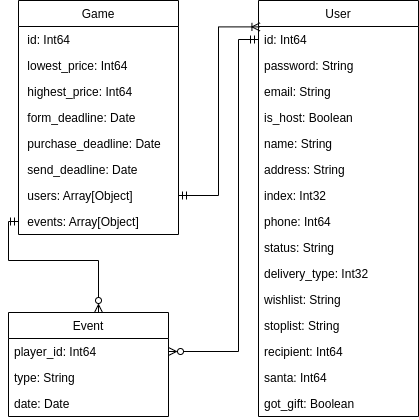
The draw.io diagram assets/nosql.png in moevm/nosql2h24-secret-santa, before a commit. Source tidied: cells renumbered, new cells last; positions are measured from the earlier drawing's top-left corner, leaving out a move shared by most shapes. Source of this version:
```xml
<mxGraphModel background="#FFFFFF">
  <root>
    <mxCell id="0" />
    <mxCell id="1" parent="0" />
    <mxCell id="2" value="Game" style="swimlane;fontStyle=0;horizontal=1;startSize=26;fillColor=none;" parent="1" vertex="1">
      <mxGeometry x="10" width="160" height="234" as="geometry" />
    </mxCell>
    <mxCell id="3" value=" id: Int64" style="text;strokeColor=none;fillColor=none;align=left;verticalAlign=top;spacingLeft=4;spacingRight=4;overflow=hidden;" parent="2" vertex="1">
      <mxGeometry y="26" width="160" height="26" as="geometry" />
    </mxCell>
    <mxCell id="4" value=" lowest_price: Int64" style="text;strokeColor=none;fillColor=none;align=left;verticalAlign=top;spacingLeft=4;spacingRight=4;overflow=hidden;" parent="2" vertex="1">
      <mxGeometry y="52" width="160" height="26" as="geometry" />
    </mxCell>
    <mxCell id="5" value=" highest_price: Int64" style="text;strokeColor=none;fillColor=none;align=left;verticalAlign=top;spacingLeft=4;spacingRight=4;overflow=hidden;" parent="2" vertex="1">
      <mxGeometry y="78" width="160" height="26" as="geometry" />
    </mxCell>
    <mxCell id="6" value=" form_deadline: Date" style="text;strokeColor=none;fillColor=none;align=left;verticalAlign=top;spacingLeft=4;spacingRight=4;overflow=hidden;" parent="2" vertex="1">
      <mxGeometry y="104" width="160" height="26" as="geometry" />
    </mxCell>
    <mxCell id="7" value=" purchase_deadline: Date" style="text;strokeColor=none;fillColor=none;align=left;verticalAlign=top;spacingLeft=4;spacingRight=4;overflow=hidden;" parent="2" vertex="1">
      <mxGeometry y="130" width="160" height="26" as="geometry" />
    </mxCell>
    <mxCell id="8" value=" send_deadline: Date" style="text;strokeColor=none;fillColor=none;align=left;verticalAlign=top;spacingLeft=4;spacingRight=4;overflow=hidden;" parent="2" vertex="1">
      <mxGeometry y="156" width="160" height="26" as="geometry" />
    </mxCell>
    <mxCell id="9" value=" users: Array[Object]" style="text;strokeColor=none;fillColor=none;align=left;verticalAlign=top;spacingLeft=4;spacingRight=4;overflow=hidden;points=[[0,0.5],[1,0.5]];portConstraint=eastwest;" parent="2" vertex="1">
      <mxGeometry y="182" width="160" height="26" as="geometry" />
    </mxCell>
    <mxCell id="10" value=" events: Array[Object]" style="text;strokeColor=none;fillColor=none;align=left;verticalAlign=top;spacingLeft=4;spacingRight=4;overflow=hidden;points=[[0,0.5],[1,0.5]];portConstraint=eastwest;" parent="2" vertex="1">
      <mxGeometry y="208" width="160" height="26" as="geometry" />
    </mxCell>
    <mxCell id="11" value="User" style="swimlane;fontStyle=0;horizontal=1;startSize=26;fillColor=none;" parent="1" vertex="1">
      <mxGeometry x="250" width="160" height="416" as="geometry" />
    </mxCell>
    <mxCell id="12" value="id: Int64" style="text;strokeColor=none;fillColor=none;align=left;verticalAlign=top;spacingLeft=4;spacingRight=4;overflow=hidden;points=[[0,0.5],[1,0.5]];portConstraint=eastwest;" parent="11" vertex="1">
      <mxGeometry y="26" width="160" height="26" as="geometry" />
    </mxCell>
    <mxCell id="13" value="password: String" style="text;strokeColor=none;fillColor=none;align=left;verticalAlign=top;spacingLeft=4;spacingRight=4;overflow=hidden;" parent="11" vertex="1">
      <mxGeometry y="52" width="160" height="26" as="geometry" />
    </mxCell>
    <mxCell id="14" value="email: String" style="text;strokeColor=none;fillColor=none;align=left;verticalAlign=top;spacingLeft=4;spacingRight=4;overflow=hidden;" parent="11" vertex="1">
      <mxGeometry y="78" width="160" height="26" as="geometry" />
    </mxCell>
    <mxCell id="15" value="is_host: Boolean" style="text;strokeColor=none;fillColor=none;align=left;verticalAlign=top;spacingLeft=4;spacingRight=4;overflow=hidden;" parent="11" vertex="1">
      <mxGeometry y="104" width="160" height="26" as="geometry" />
    </mxCell>
    <mxCell id="16" value="name: String" style="text;strokeColor=none;fillColor=none;align=left;verticalAlign=top;spacingLeft=4;spacingRight=4;overflow=hidden;" parent="11" vertex="1">
      <mxGeometry y="130" width="160" height="26" as="geometry" />
    </mxCell>
    <mxCell id="17" value="address: String" style="text;strokeColor=none;fillColor=none;align=left;verticalAlign=top;spacingLeft=4;spacingRight=4;overflow=hidden;" parent="11" vertex="1">
      <mxGeometry y="156" width="160" height="26" as="geometry" />
    </mxCell>
    <mxCell id="18" value="index: Int32" style="text;strokeColor=none;fillColor=none;align=left;verticalAlign=top;spacingLeft=4;spacingRight=4;overflow=hidden;" parent="11" vertex="1">
      <mxGeometry y="182" width="160" height="26" as="geometry" />
    </mxCell>
    <mxCell id="19" value="phone: Int64" style="text;strokeColor=none;fillColor=none;align=left;verticalAlign=top;spacingLeft=4;spacingRight=4;overflow=hidden;" parent="11" vertex="1">
      <mxGeometry y="208" width="160" height="26" as="geometry" />
    </mxCell>
    <mxCell id="20" value="status: String" style="text;strokeColor=none;fillColor=none;align=left;verticalAlign=top;spacingLeft=4;spacingRight=4;overflow=hidden;" parent="11" vertex="1">
      <mxGeometry y="234" width="160" height="26" as="geometry" />
    </mxCell>
    <mxCell id="21" value="delivery_type: Int32" style="text;strokeColor=none;fillColor=none;align=left;verticalAlign=top;spacingLeft=4;spacingRight=4;overflow=hidden;" parent="11" vertex="1">
      <mxGeometry y="260" width="160" height="26" as="geometry" />
    </mxCell>
    <mxCell id="22" value="wishlist: String" style="text;strokeColor=none;fillColor=none;align=left;verticalAlign=top;spacingLeft=4;spacingRight=4;overflow=hidden;" parent="11" vertex="1">
      <mxGeometry y="286" width="160" height="26" as="geometry" />
    </mxCell>
    <mxCell id="23" value="stoplist: String" style="text;strokeColor=none;fillColor=none;align=left;verticalAlign=top;spacingLeft=4;spacingRight=4;overflow=hidden;" parent="11" vertex="1">
      <mxGeometry y="312" width="160" height="26" as="geometry" />
    </mxCell>
    <mxCell id="24" value="recipient: Int64" style="text;strokeColor=none;fillColor=none;align=left;verticalAlign=top;spacingLeft=4;spacingRight=4;overflow=hidden;" parent="11" vertex="1">
      <mxGeometry y="338" width="160" height="26" as="geometry" />
    </mxCell>
    <mxCell id="25" value="santa: Int64" style="text;strokeColor=none;fillColor=none;align=left;verticalAlign=top;spacingLeft=4;spacingRight=4;overflow=hidden;" parent="11" vertex="1">
      <mxGeometry y="364" width="160" height="26" as="geometry" />
    </mxCell>
    <mxCell id="26" value="got_gift: Boolean" style="text;strokeColor=none;fillColor=none;align=left;verticalAlign=top;spacingLeft=4;spacingRight=4;overflow=hidden;" parent="11" vertex="1">
      <mxGeometry y="390" width="160" height="26" as="geometry" />
    </mxCell>
    <mxCell id="27" style="edgeStyle=orthogonalEdgeStyle;rounded=0;html=1;entryX=0;entryY=0.5;entryDx=0;entryDy=0;startArrow=ERzeroToMany;startFill=0;endArrow=ERmandOne;endFill=0;" parent="1" edge="1" source="28" target="10">
      <mxGeometry relative="1" as="geometry">
        <Array as="points">
          <mxPoint x="90" y="260" />
          <mxPoint y="260" />
          <mxPoint y="221" />
        </Array>
      </mxGeometry>
    </mxCell>
    <mxCell id="28" value="Event" style="swimlane;fontStyle=0;horizontal=1;startSize=26;fillColor=none;" parent="1" vertex="1">
      <mxGeometry y="312" width="160" height="104" as="geometry" />
    </mxCell>
    <mxCell id="29" value="player_id: Int64" style="text;strokeColor=none;fillColor=none;align=left;verticalAlign=top;spacingLeft=4;spacingRight=4;overflow=hidden;points=[[0,0.5],[1,0.5]];portConstraint=eastwest;" parent="28" vertex="1">
      <mxGeometry y="26" width="160" height="26" as="geometry" />
    </mxCell>
    <mxCell id="30" value="type: String" style="text;strokeColor=none;fillColor=none;align=left;verticalAlign=top;spacingLeft=4;spacingRight=4;overflow=hidden;" parent="28" vertex="1">
      <mxGeometry y="52" width="160" height="26" as="geometry" />
    </mxCell>
    <mxCell id="31" value="date: Date" style="text;strokeColor=none;fillColor=none;align=left;verticalAlign=top;spacingLeft=4;spacingRight=4;overflow=hidden;" parent="28" vertex="1">
      <mxGeometry y="78" width="160" height="26" as="geometry" />
    </mxCell>
    <mxCell id="32" style="edgeStyle=orthogonalEdgeStyle;html=1;exitX=1;exitY=0.5;exitDx=0;exitDy=0;entryX=0.009;entryY=0.015;entryDx=0;entryDy=0;entryPerimeter=0;endArrow=ERoneToMany;endFill=0;rounded=0;startArrow=ERmandOne;startFill=0;" parent="1" edge="1" source="9" target="12">
      <mxGeometry relative="1" as="geometry">
        <Array as="points">
          <mxPoint x="210" y="195" />
          <mxPoint x="210" y="26" />
        </Array>
      </mxGeometry>
    </mxCell>
    <mxCell id="33" style="edgeStyle=orthogonalEdgeStyle;rounded=0;html=1;exitX=1;exitY=0.5;exitDx=0;exitDy=0;entryX=0;entryY=0.5;entryDx=0;entryDy=0;startArrow=ERzeroToMany;startFill=0;endArrow=ERmandOne;endFill=0;" parent="1" edge="1" source="29" target="12">
      <mxGeometry relative="1" as="geometry">
        <Array as="points">
          <mxPoint x="230" y="351" />
          <mxPoint x="230" y="39" />
        </Array>
      </mxGeometry>
    </mxCell>
  </root>
</mxGraphModel>
```
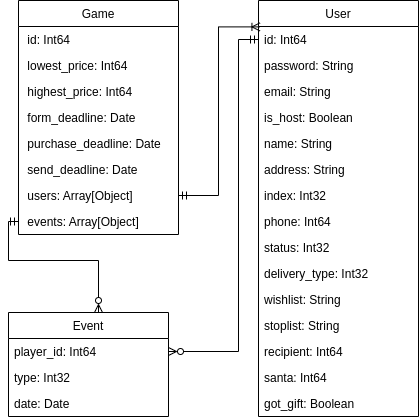
Above is the later version.

The edit, as a diff of the source:
```diff
@@ -56,7 +56,7 @@
     <mxCell id="19" value="phone: Int64" style="text;strokeColor=none;fillColor=none;align=left;verticalAlign=top;spacingLeft=4;spacingRight=4;overflow=hidden;" parent="11" vertex="1">
       <mxGeometry y="208" width="160" height="26" as="geometry" />
     </mxCell>
-    <mxCell id="20" value="status: String" style="text;strokeColor=none;fillColor=none;align=left;verticalAlign=top;spacingLeft=4;spacingRight=4;overflow=hidden;" parent="11" vertex="1">
+    <mxCell id="20" value="status: Int32" style="text;strokeColor=none;fillColor=none;align=left;verticalAlign=top;spacingLeft=4;spacingRight=4;overflow=hidden;" parent="11" vertex="1">
       <mxGeometry y="234" width="160" height="26" as="geometry" />
     </mxCell>
     <mxCell id="21" value="delivery_type: Int32" style="text;strokeColor=none;fillColor=none;align=left;verticalAlign=top;spacingLeft=4;spacingRight=4;overflow=hidden;" parent="11" vertex="1">
@@ -92,7 +92,7 @@
     <mxCell id="29" value="player_id: Int64" style="text;strokeColor=none;fillColor=none;align=left;verticalAlign=top;spacingLeft=4;spacingRight=4;overflow=hidden;points=[[0,0.5],[1,0.5]];portConstraint=eastwest;" parent="28" vertex="1">
       <mxGeometry y="26" width="160" height="26" as="geometry" />
     </mxCell>
-    <mxCell id="30" value="type: String" style="text;strokeColor=none;fillColor=none;align=left;verticalAlign=top;spacingLeft=4;spacingRight=4;overflow=hidden;" parent="28" vertex="1">
+    <mxCell id="30" value="type: Int32" style="text;strokeColor=none;fillColor=none;align=left;verticalAlign=top;spacingLeft=4;spacingRight=4;overflow=hidden;" parent="28" vertex="1">
       <mxGeometry y="52" width="160" height="26" as="geometry" />
     </mxCell>
     <mxCell id="31" value="date: Date" style="text;strokeColor=none;fillColor=none;align=left;verticalAlign=top;spacingLeft=4;spacingRight=4;overflow=hidden;" parent="28" vertex="1">
```
